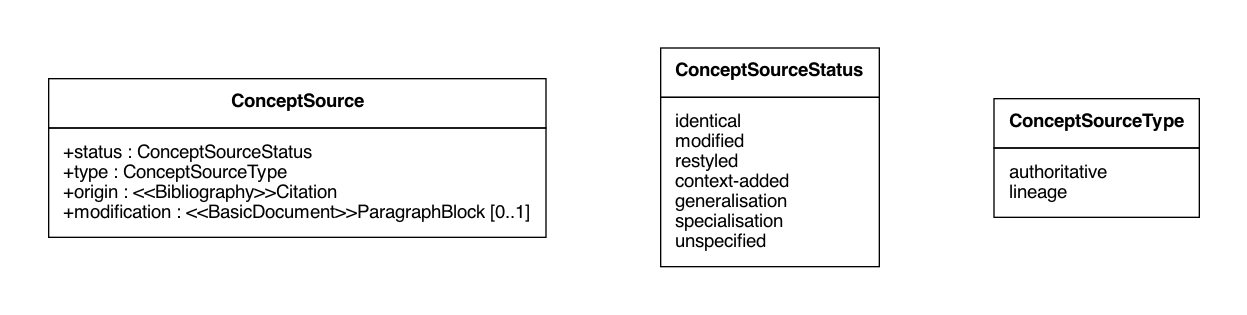
glossarist/concept-model keeps this Graphviz diagram as lutaml/ConceptSource.png. Above is the earlier version. Its source is kept beside it as lutaml/ConceptSource.dot.
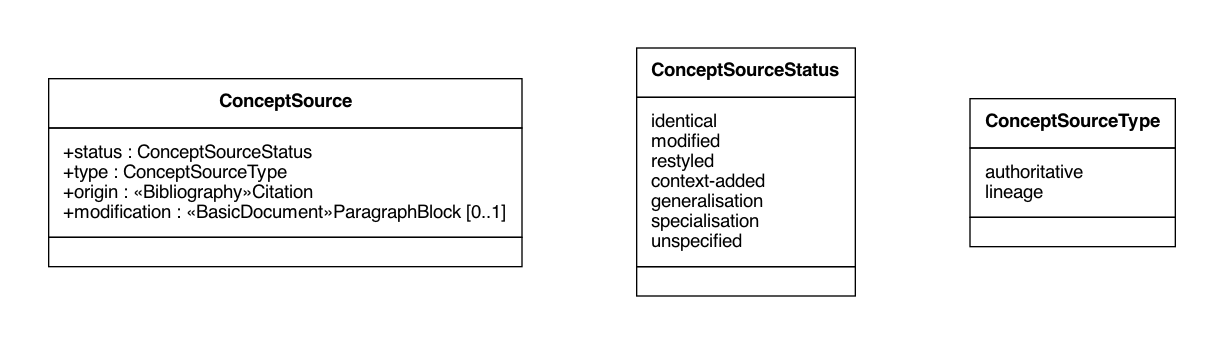
After the commit.

The edit, as a diff of the source:
```diff
@@ -6,18 +6,26 @@
   ConceptSource [shape="plain" fontname="Helvetica" label=<
     <TABLE BORDER="0" CELLBORDER="1" CELLSPACING="0" CELLPADDING="10">
     <TR>
-    <TD><B>ConceptSource</B></TD>
+    <TD><TABLE BORDER="0" CELLPADDING="0" CELLSPACING="0">
+    <TR><TD ALIGN="CENTER"><B>ConceptSource</B></TD></TR>
+  </TABLE>
+  </TD>
   </TR>
 
   <TR>
-    <TD>
-          <TABLE BORDER="0" CELLPADDING="0" CELLSPACING="0">
-            <TR><TD ALIGN="LEFT">+status : ConceptSourceStatus </TD></TR>
+    <TD><TABLE BORDER="0" CELLPADDING="0" CELLSPACING="0">
+              <TR><TD ALIGN="LEFT">+status : ConceptSourceStatus </TD></TR>
             <TR><TD ALIGN="LEFT">+type : ConceptSourceType </TD></TR>
-            <TR><TD ALIGN="LEFT">+origin : &#60;&#60;Bibliography&#62;&#62;Citation </TD></TR>
-            <TR><TD ALIGN="LEFT">+modification : &#60;&#60;BasicDocument&#62;&#62;ParagraphBlock &#91;0..1&#93;</TD></TR>
-          </TABLE>
+            <TR><TD ALIGN="LEFT">+origin : «Bibliography»Citation </TD></TR>
+            <TR><TD ALIGN="LEFT">+modification : «BasicDocument»ParagraphBlock &#91;0..1&#93;</TD></TR>
+  </TABLE>
         </TD>
+  </TR>
+
+  <TR>
+    <TD><TABLE BORDER="0" CELLPADDING="0" CELLSPACING="0">
+    <TR><TD ALIGN="LEFT"></TD></TR>
+  </TABLE></TD>
   </TR>
 
   </TABLE>
@@ -26,21 +34,29 @@
   ConceptSourceStatus [shape="plain" fontname="Helvetica" label=<
     <TABLE BORDER="0" CELLBORDER="1" CELLSPACING="0" CELLPADDING="10">
     <TR>
-    <TD><B>ConceptSourceStatus</B></TD>
+    <TD><TABLE BORDER="0" CELLPADDING="0" CELLSPACING="0">
+    <TR><TD ALIGN="CENTER"><B>ConceptSourceStatus</B></TD></TR>
+  </TABLE>
+  </TD>
   </TR>
 
   <TR>
-    <TD>
-          <TABLE BORDER="0" CELLPADDING="0" CELLSPACING="0">
-            <TR><TD ALIGN="LEFT">identical</TD></TR>
+    <TD><TABLE BORDER="0" CELLPADDING="0" CELLSPACING="0">
+              <TR><TD ALIGN="LEFT">identical</TD></TR>
             <TR><TD ALIGN="LEFT">modified</TD></TR>
             <TR><TD ALIGN="LEFT">restyled</TD></TR>
             <TR><TD ALIGN="LEFT">context-added</TD></TR>
             <TR><TD ALIGN="LEFT">generalisation</TD></TR>
             <TR><TD ALIGN="LEFT">specialisation</TD></TR>
             <TR><TD ALIGN="LEFT">unspecified</TD></TR>
-          </TABLE>
+  </TABLE>
         </TD>
+  </TR>
+
+  <TR>
+    <TD><TABLE BORDER="0" CELLPADDING="0" CELLSPACING="0">
+    <TR><TD ALIGN="LEFT"></TD></TR>
+  </TABLE></TD>
   </TR>
 
   </TABLE>
@@ -49,16 +65,24 @@
   ConceptSourceType [shape="plain" fontname="Helvetica" label=<
     <TABLE BORDER="0" CELLBORDER="1" CELLSPACING="0" CELLPADDING="10">
     <TR>
-    <TD><B>ConceptSourceType</B></TD>
+    <TD><TABLE BORDER="0" CELLPADDING="0" CELLSPACING="0">
+    <TR><TD ALIGN="CENTER"><B>ConceptSourceType</B></TD></TR>
+  </TABLE>
+  </TD>
   </TR>
 
   <TR>
-    <TD>
-          <TABLE BORDER="0" CELLPADDING="0" CELLSPACING="0">
-            <TR><TD ALIGN="LEFT">authoritative</TD></TR>
+    <TD><TABLE BORDER="0" CELLPADDING="0" CELLSPACING="0">
+              <TR><TD ALIGN="LEFT">authoritative</TD></TR>
             <TR><TD ALIGN="LEFT">lineage</TD></TR>
-          </TABLE>
+  </TABLE>
         </TD>
+  </TR>
+
+  <TR>
+    <TD><TABLE BORDER="0" CELLPADDING="0" CELLSPACING="0">
+    <TR><TD ALIGN="LEFT"></TD></TR>
+  </TABLE></TD>
   </TR>
 
   </TABLE>
```
